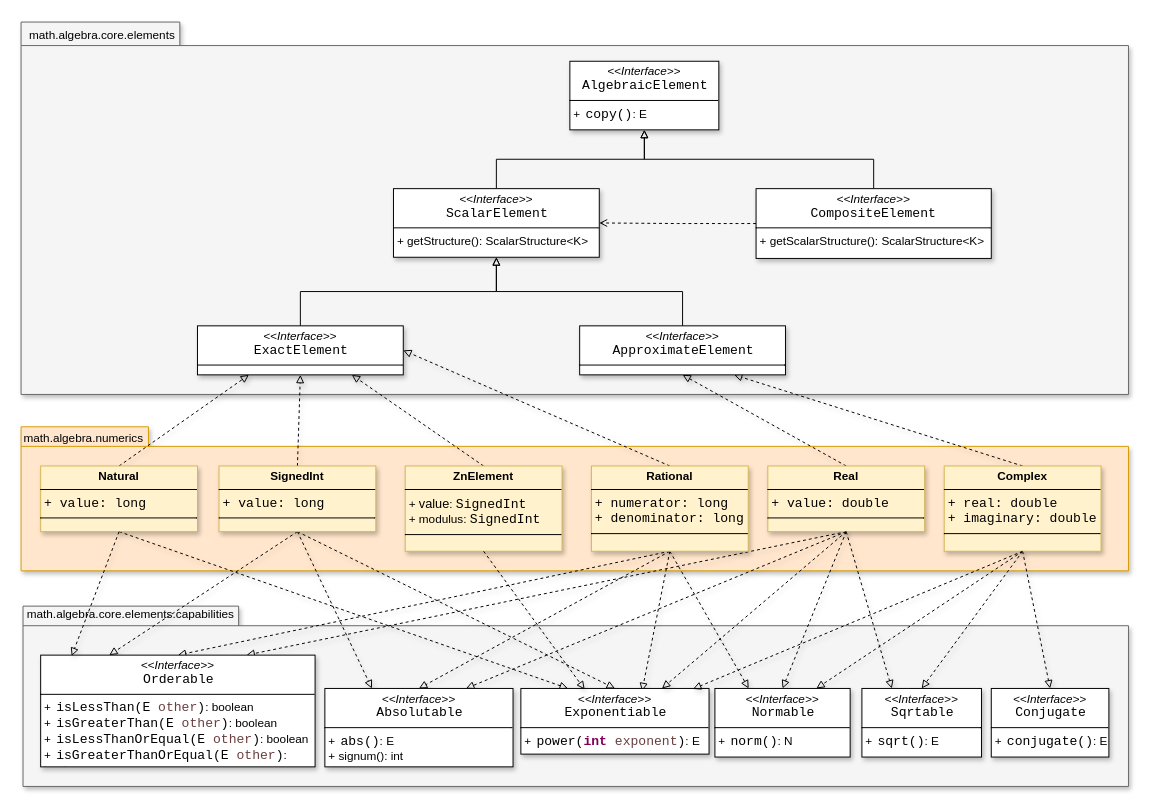
This is page "algebra-elements" (1 of 6) of resources/SMFN.drawio from gom9000/SMFN, a draw.io file, before an edit. Source tidied: cells renumbered, new cells numbered last; positions are measured from the earlier drawing's top-left corner, leaving out a move shared by most shapes. Both pictures are drawn from the tidied source at 98%, with x=0, y=0 at pixel (21, 21).
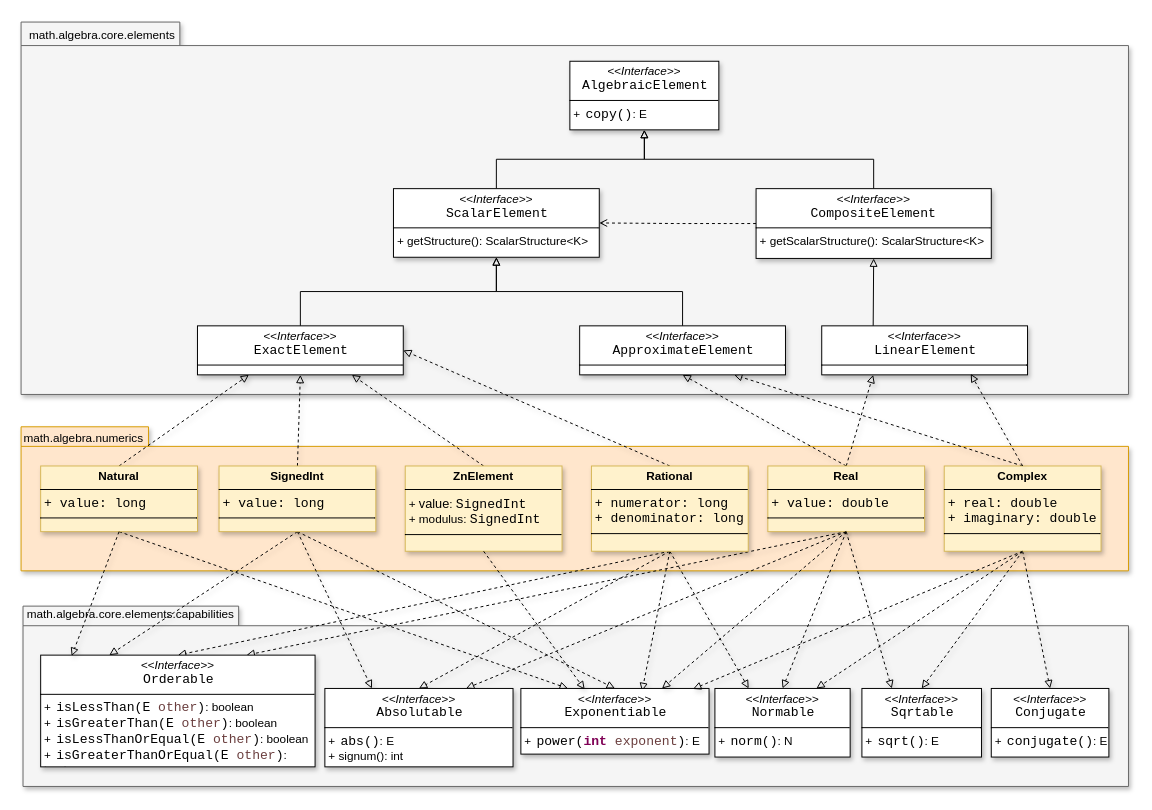
After the change.

Unchanged cells that the change refers to:
```xml
<mxCell id="18" value="&lt;p style=&quot;margin:0px;margin-top:4px;text-align:center;&quot;&gt;&lt;b&gt;Real&lt;/b&gt;&lt;/p&gt;&lt;hr size=&quot;1&quot; style=&quot;border-style:solid;&quot;&gt;&lt;p style=&quot;margin:0px;margin-left:4px;&quot;&gt;&lt;span style=&quot;color: light-dark(rgb(0, 0, 0), rgb(255, 255, 255)); font-family: Consolas; font-size: 10pt; white-space: pre; background-color: transparent;&quot;&gt;+ value: double&lt;/span&gt;&lt;/p&gt;&lt;hr size=&quot;1&quot; style=&quot;border-style:solid;&quot;&gt;&lt;p style=&quot;margin:0px;margin-left:4px;&quot;&gt;&lt;br&gt;&lt;/p&gt;" style="verticalAlign=top;align=left;overflow=fill;html=1;whiteSpace=wrap;fillColor=#fff2cc;strokeColor=#d6b656;labelBackgroundColor=none;shadow=1;" parent="1" vertex="1">
  <mxGeometry x="762" y="454" width="160" height="67" as="geometry" />
</mxCell>
<mxCell id="29" value="&lt;p style=&quot;margin:0px;margin-top:4px;text-align:center;&quot;&gt;&lt;b style=&quot;&quot;&gt;Complex&lt;/b&gt;&lt;/p&gt;&lt;hr size=&quot;1&quot; style=&quot;border-style:solid;&quot;&gt;&lt;p style=&quot;margin:0px;margin-left:4px;&quot;&gt;&lt;span style=&quot;color: light-dark(rgb(0, 0, 0), rgb(255, 255, 255)); font-family: Consolas; font-size: 10pt; white-space: pre; background-color: transparent;&quot;&gt;+ real: double&lt;/span&gt;&lt;/p&gt;&lt;p style=&quot;margin:0px;margin-left:4px;&quot;&gt;&lt;span style=&quot;color: light-dark(rgb(0, 0, 0), rgb(255, 255, 255)); font-family: Consolas; font-size: 10pt; white-space: pre;&quot;&gt;+ imaginary: double&lt;/span&gt;&lt;/p&gt;&lt;hr size=&quot;1&quot; style=&quot;border-style:solid;&quot;&gt;&lt;p style=&quot;margin:0px;margin-left:4px;&quot;&gt;&lt;br&gt;&lt;/p&gt;" style="verticalAlign=top;align=left;overflow=fill;html=1;whiteSpace=wrap;fillColor=#fff2cc;strokeColor=#d6b656;labelBackgroundColor=none;shadow=1;" parent="1" vertex="1">
  <mxGeometry x="942" y="454" width="160" height="87" as="geometry" />
</mxCell>
<mxCell id="48" value="&lt;p style=&quot;margin:0px;margin-top:4px;text-align:center;&quot;&gt;&lt;i&gt;&amp;lt;&amp;lt;Interface&amp;gt;&amp;gt;&lt;/i&gt;&lt;br&gt;&lt;span style=&quot;font-family: Consolas; font-size: 13.3333px; white-space: pre;&quot;&gt;CompositeElement&lt;/span&gt;&lt;/p&gt;&lt;hr size=&quot;1&quot; style=&quot;border-style:solid;&quot;&gt;&lt;p style=&quot;margin:0px;margin-left:4px;&quot;&gt;&lt;/p&gt;&lt;p style=&quot;margin:0px;margin-left:4px;&quot;&gt;+ getScalarStructure(): ScalarStructure&amp;lt;K&amp;gt;&lt;/p&gt;" style="verticalAlign=top;align=left;overflow=fill;html=1;whiteSpace=wrap;labelBackgroundColor=none;shadow=1;" parent="1" vertex="1">
  <mxGeometry x="750" y="171" width="240" height="71.2" as="geometry" />
</mxCell>
```

The edit, as a diff of the source:
```diff
@@
+    <mxCell id="55" style="rounded=0;jettySize=auto;html=1;exitX=0.5;exitY=0;exitDx=0;exitDy=0;entryX=0.25;entryY=1;entryDx=0;entryDy=0;shadow=1;dashed=1;strokeColor=default;align=center;verticalAlign=middle;fontFamily=Helvetica;fontSize=11;fontColor=default;labelBackgroundColor=none;endArrow=block;endFill=0;" parent="1" edge="1" source="18" target="57">
+      <mxGeometry relative="1" as="geometry" />
+    </mxCell>
@@
+    <mxCell id="56" style="rounded=0;jettySize=auto;html=1;exitX=0.25;exitY=0;exitDx=0;exitDy=0;entryX=0.5;entryY=1;entryDx=0;entryDy=0;endArrow=block;endFill=0;" parent="1" edge="1" source="57" target="48">
+      <mxGeometry relative="1" as="geometry" />
+    </mxCell>
+    <mxCell id="57" value="&lt;p style=&quot;margin:0px;margin-top:4px;text-align:center;&quot;&gt;&lt;i&gt;&amp;lt;&amp;lt;Interface&amp;gt;&amp;gt;&lt;/i&gt;&lt;br&gt;&lt;span style=&quot;padding: 0px 0px 0px 2px;&quot;&gt;&lt;span style=&quot;font-family: Consolas; font-size: 10pt; white-space: pre;&quot;&gt;&lt;span style=&quot;&quot;&gt;LinearElement&lt;/span&gt;&lt;/span&gt;&lt;/span&gt;&lt;/p&gt;&lt;hr size=&quot;1&quot; style=&quot;border-style:solid;&quot;&gt;&lt;p style=&quot;margin:0px;margin-left:4px;&quot;&gt;&lt;/p&gt;&lt;p style=&quot;margin:0px;margin-left:4px;&quot;&gt;&lt;br&gt;&lt;/p&gt;" style="verticalAlign=top;align=left;overflow=fill;html=1;whiteSpace=wrap;labelBackgroundColor=none;shadow=1;" parent="1" vertex="1">
+      <mxGeometry x="817" y="311" width="210" height="50" as="geometry" />
+    </mxCell>
+    <mxCell id="58" style="rounded=0;jettySize=auto;html=1;exitX=0.5;exitY=0;exitDx=0;exitDy=0;entryX=0.724;entryY=0.98;entryDx=0;entryDy=0;entryPerimeter=0;shadow=1;dashed=1;strokeColor=default;align=center;verticalAlign=middle;fontFamily=Helvetica;fontSize=11;fontColor=default;labelBackgroundColor=none;endArrow=block;endFill=0;" parent="1" edge="1" source="29" target="57">
+      <mxGeometry relative="1" as="geometry" />
+    </mxCell>
```
